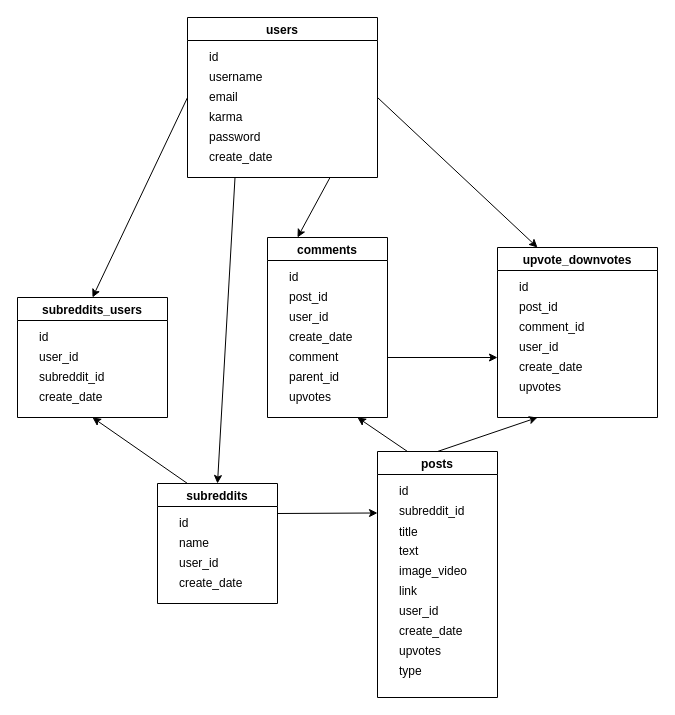
Before: schema.drawio in thecodeholic/reddit-clone-deno, a draw.io diagram. Source tidied: cells renumbered, new cells numbered last; positions are measured from the earlier drawing's top-left corner, leaving out a move shared by most shapes. Both pictures are drawn from the tidied source at 100%, with x=0, y=0 at pixel (17, 17).
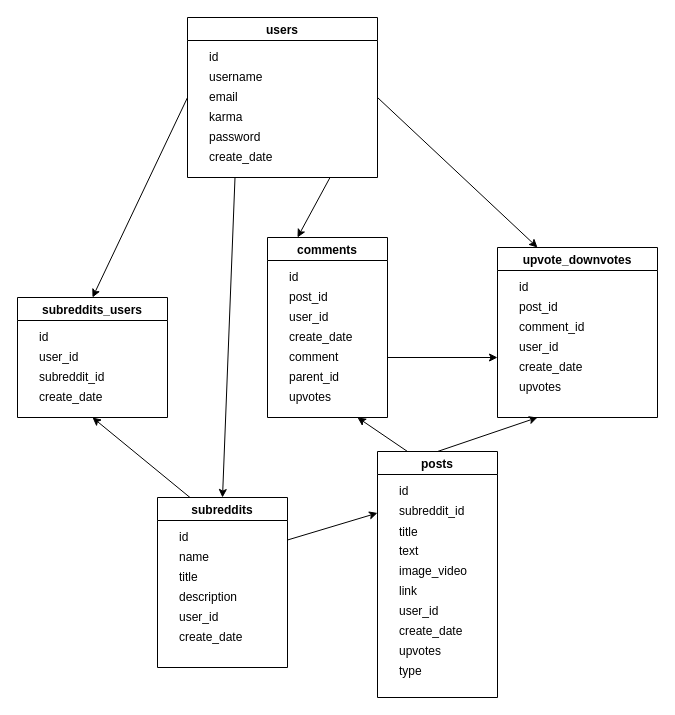
The same diagram, later.

What changed in the source:
```diff
@@
     <mxCell id="18" value="subreddits" style="swimlane;" parent="1" vertex="1">
-      <mxGeometry x="140" y="466" width="120" height="120" as="geometry" />
+      <mxGeometry x="140" y="480" width="130" height="170" as="geometry" />
     </mxCell>
@@
     <mxCell id="21" value="user_id" style="text;html=1;strokeColor=none;fillColor=none;align=left;verticalAlign=middle;whiteSpace=wrap;rounded=0;" parent="18" vertex="1">
-      <mxGeometry x="20" y="70" width="170" height="20" as="geometry" />
+      <mxGeometry x="20" y="110" width="170" height="20" as="geometry" />
     </mxCell>
     <mxCell id="22" value="create_date" style="text;html=1;strokeColor=none;fillColor=none;align=left;verticalAlign=middle;whiteSpace=wrap;rounded=0;" parent="18" vertex="1">
-      <mxGeometry x="20" y="90" width="170" height="20" as="geometry" />
+      <mxGeometry x="20" y="130" width="170" height="20" as="geometry" />
     </mxCell>
+    <mxCell id="54" value="description" style="text;html=1;strokeColor=none;fillColor=none;align=left;verticalAlign=middle;whiteSpace=wrap;rounded=0;" parent="18" vertex="1">
+      <mxGeometry x="20" y="90" width="170" height="20" as="geometry" />
+    </mxCell>
+    <mxCell id="55" value="title" style="text;html=1;strokeColor=none;fillColor=none;align=left;verticalAlign=middle;whiteSpace=wrap;rounded=0;" parent="18" vertex="1">
+      <mxGeometry x="20" y="70" width="170" height="20" as="geometry" />
+    </mxCell>
```
